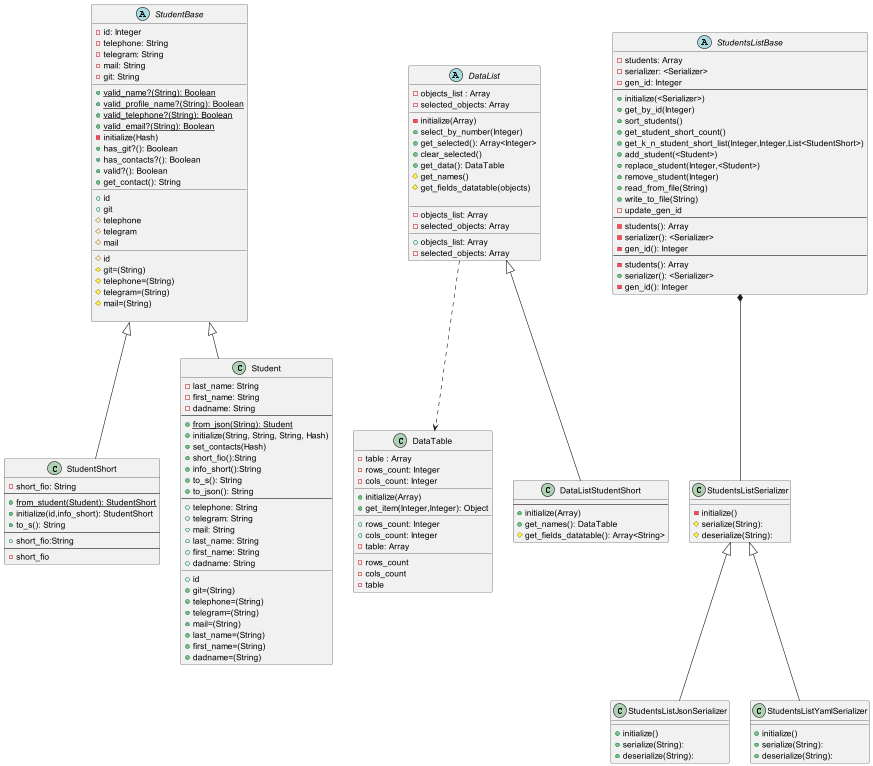
The PlantUML diagram LR2/diagram/StudentClassDiagram.png in KREEAL/RubyLabs, before a commit. The source it was exported from:
```plantuml
@startuml
abstract class StudentBase {
    -id: Integer
    -telephone: String
    -telegram: String
    -mail: String
    -git: String
    __
    +{static}valid_name?(String): Boolean
    +{static}valid_profile_name?(String): Boolean
    +{static}valid_telephone?(String): Boolean
    +{static}valid_email?(String): Boolean
    -initialize(Hash)
    +has_git?(): Boolean
    +has_contacts?(): Boolean
    +valid?(): Boolean
    +get_contact(): String
    __
    +id
    +git
    #telephone
    #telegram
    #mail
    __
    #id
    #git=(String)
    #telephone=(String)
    #telegram=(String)
    #mail=(String)

}
class StudentShort extends StudentBase {
    -short_fio: String
    --
    +{static}from_student(Student): StudentShort
    +initialize(id,info_short): StudentShort
    +to_s(): String
    --
    +short_fio:String
    --
    -short_fio
}
class Student extends StudentBase{
    -last_name: String
    -first_name: String
    -dadname: String
    --
    +{static}from_json(String): Student
    +initialize(String, String, String, Hash)
    +set_contacts(Hash)
    +short_fio():String
    +info_short():String
    +to_s(): String
    +to_json(): String
    --
    +telephone: String
    +telegram: String
    +mail: String
    +last_name: String
    +first_name: String
    +dadname: String
    __
    +id
    +git=(String)
    +telephone=(String)
    +telegram=(String)
    +mail=(String)
    +last_name=(String)
    +first_name=(String)
    +dadname=(String)
}

class DataTable{
    -table : Array
    -rows_count: Integer
    -cols_count: Integer
    __
    +initialize(Array)
    +get_item(Integer,Integer): Object
    __
    +rows_count: Integer
    +cols_count: Integer
    -table: Array
    __
    -rows_count
    -cols_count
    -table
}
abstract class DataList{
    -objects_list : Array
    -selected_objects: Array
    __
    -initialize(Array)
    +select_by_number(Integer)
    +get_selected(): Array<Integer>
    +clear_selected()
    +get_data(): DataTable
    #get_names()
    #get_fields_datatable(objects)

    __
    -objects_list: Array
    -selected_objects: Array
    __
    +objects_list: Array
    -selected_objects: Array
}

class DataListStudentShort extends DataList{
    --
    +initialize(Array)
    +get_names(): DataTable
    #get_fields_datatable(): Array<String>
}

abstract class StudentsListBase{
    -students: Array
    -serializer: <Serializer>
    -gen_id: Integer
    --
    +initialize(<Serializer>)
    +get_by_id(Integer)
    +sort_students()
    +get_student_short_count()
    +get_k_n_student_short_list(Integer,Integer,List<StudentShort>)
    +add_student(<Student>)
    +replace_student(Integer,<Student>)
    +remove_student(Integer)
    +read_from_file(String)
    +write_to_file(String)
    -update_gen_id
    --
    -students(): Array
    -serializer(): <Serializer>
    -gen_id(): Integer
    --
    -students(): Array
    +serializer(): <Serializer>
    -gen_id(): Integer
}

class StudentsListSerializer{
    -initialize()
    #serialize(String):
    #deserialize(String):
}

class StudentsListJsonSerializer extends StudentsListSerializer{
    +initialize()
    +serialize(String):
    +deserialize(String):
}

class StudentsListYamlSerializer extends StudentsListSerializer{
    +initialize()
    +serialize(String):
    +deserialize(String):
}




DataList ..> DataTable
StudentsListBase *-- StudentsListSerializer
@enduml
```
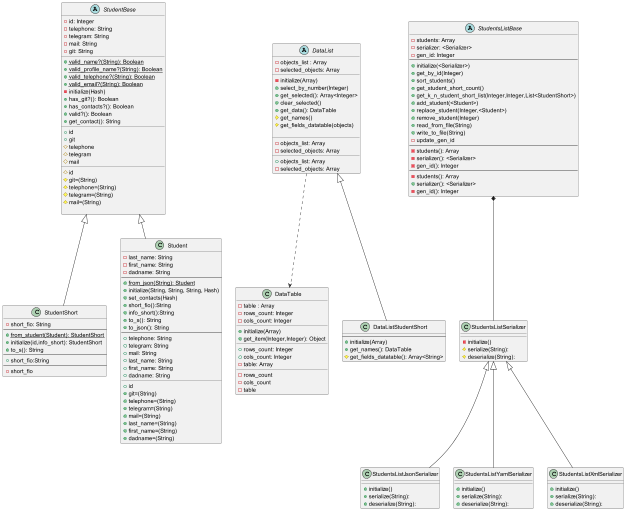
After the change.

Diff of the diagram source:
```diff
@@ -157,6 +157,11 @@
     +deserialize(String):
 }
 
+class StudentsListXmlSerializer extends StudentsListSerializer{
+    +initialize()
+    +serialize(String):
+    +deserialize(String):
+}
 
 
 
```
